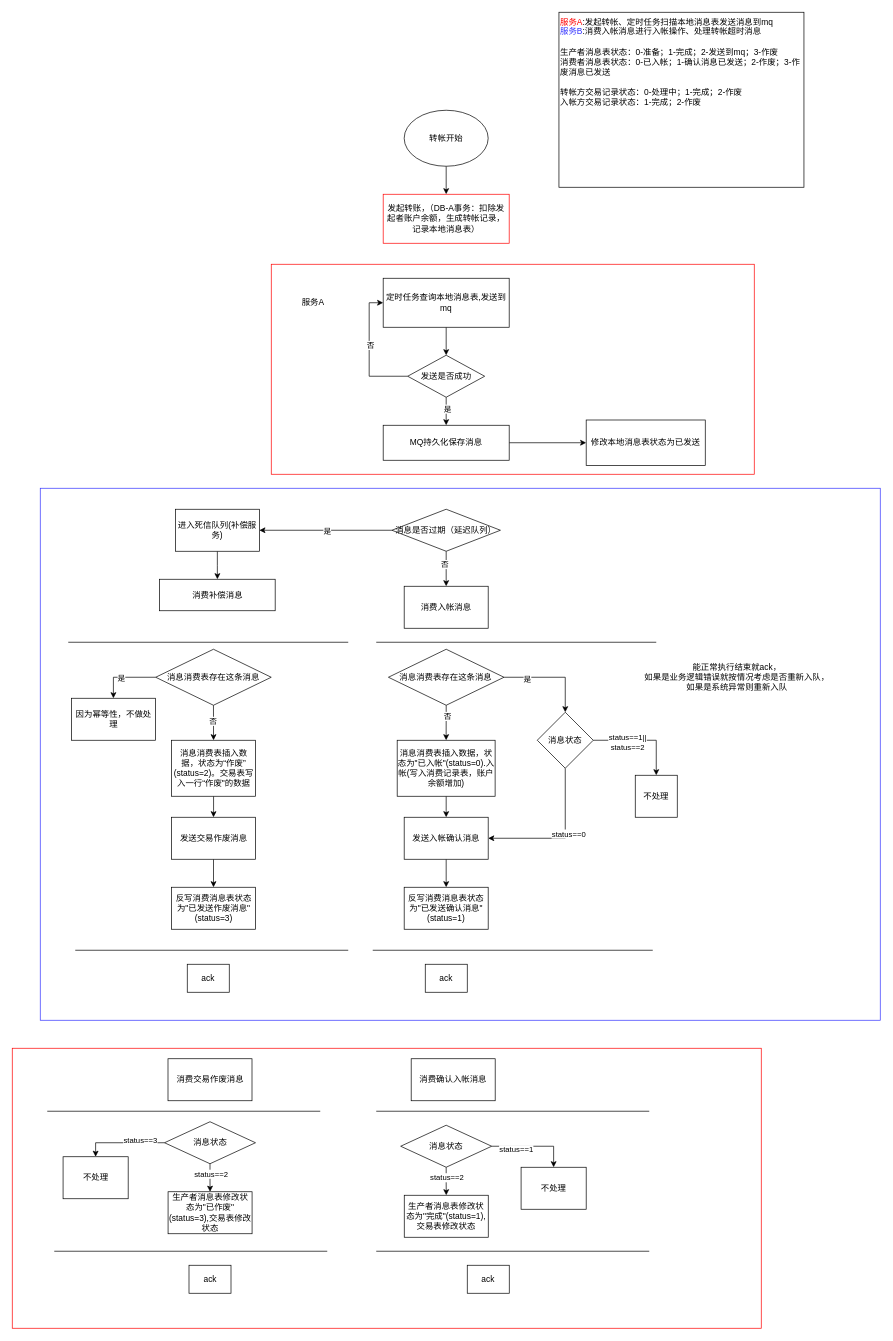
liepig1223/drawio keeps this draw.io diagram as transfer-v2-跨数据库.drawio. Above is the earlier version. Source tidied: cells renumbered, new cells numbered last; positions are measured from the earlier drawing's top-left corner, leaving out a move shared by most shapes. Both pictures are drawn from the tidied source at 70%, with x=0, y=0 at pixel (12, 12).
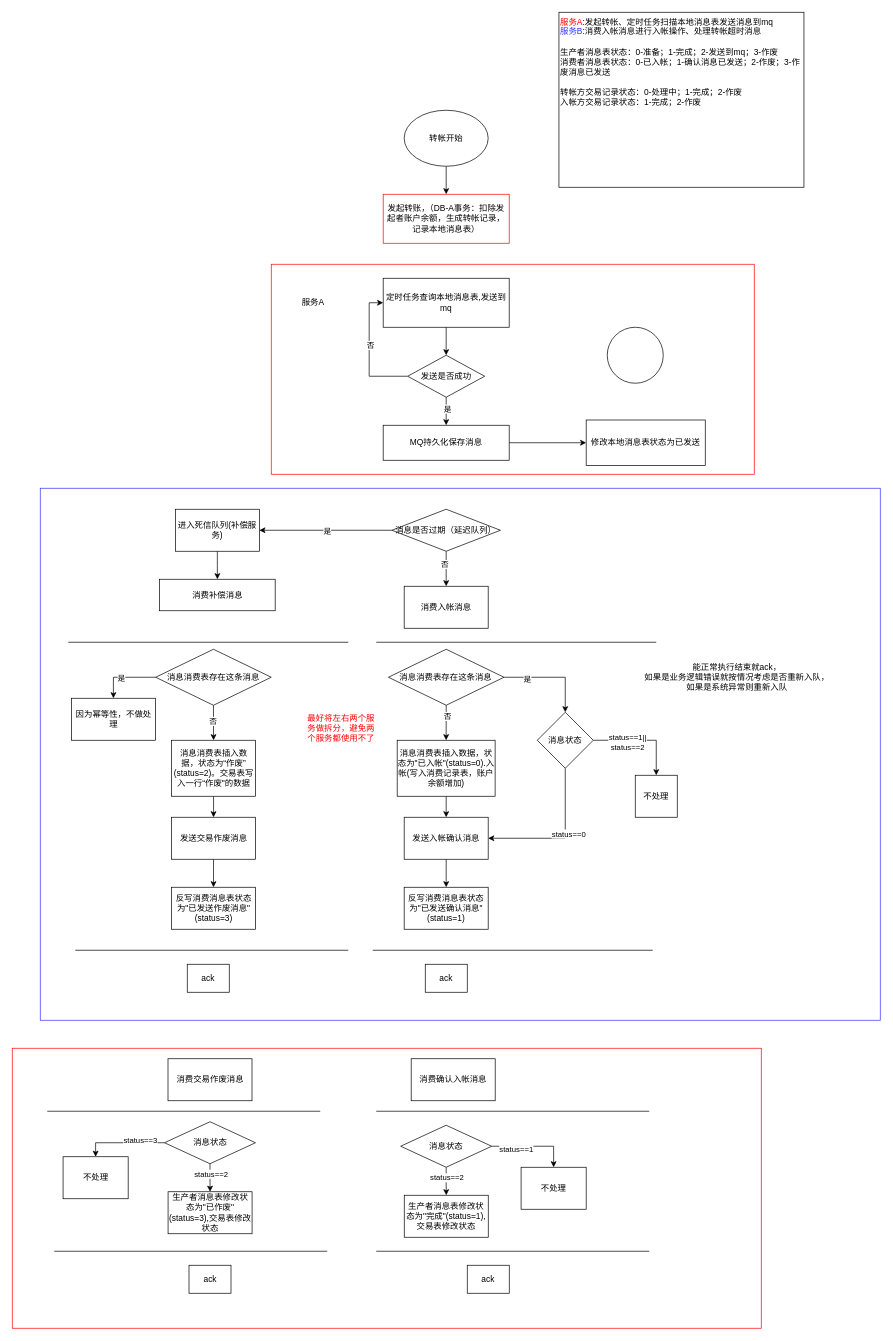
The same page after the edit.

Commit message:
更新transfer-v2-跨数据库.drawio

Diff of the diagram source:
```diff
@@
+    <mxCell id="85" style="ellipse;whiteSpace=wrap;html=1;" parent="1" vertex="1">
+      <mxGeometry x="850" y="450" width="80" height="80" as="geometry" />
+    </mxCell>
+    <mxCell id="86" value="最好将左右两个服务做拆分，避免两个服务都使用不了" style="text;html=1;align=center;verticalAlign=middle;whiteSpace=wrap;rounded=0;fontColor=#FF0000;" parent="1" vertex="1">
+      <mxGeometry x="420" y="995" width="100" height="55" as="geometry" />
+    </mxCell>
```
